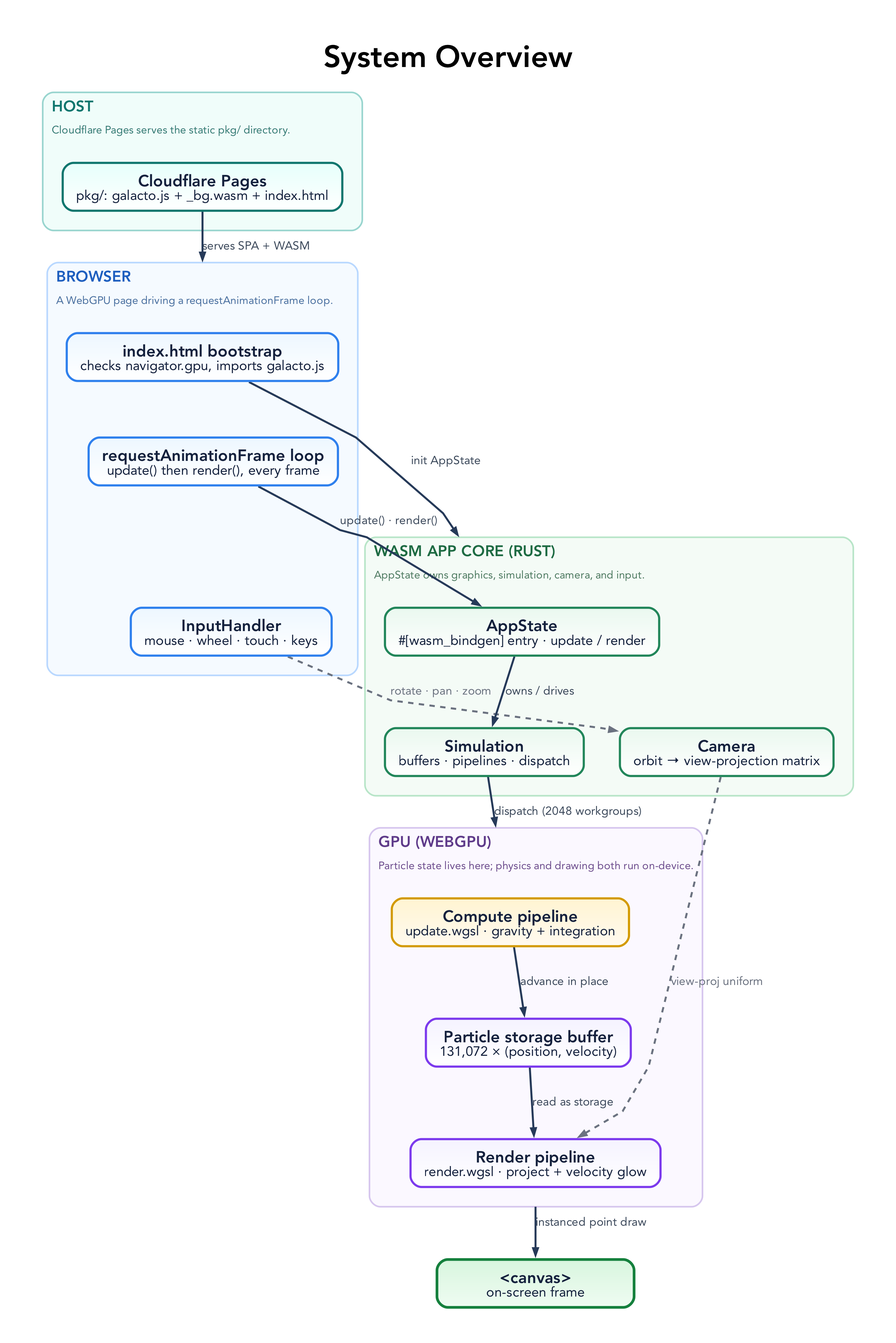
Earlier version of the Graphviz export docs/diagrams/system-overview.png (tre-systems/galacto). Its source is kept beside it as docs/diagrams/system-overview.dot. Source of this version:
```dot
digraph SystemOverview {
  graph [
    rankdir=TB,
    bgcolor="#ffffff",
    pad="0.55",
    nodesep="0.55",
    ranksep="0.85",
    splines=polyline,
    outputorder=edgesfirst,
    compound=true,
    newrank=true,
    forcelabels=true,
    fontname="Avenir",
    label=<
      <TABLE BORDER="0" CELLBORDER="0" CELLSPACING="0" CELLPADDING="0">
        <TR><TD><FONT POINT-SIZE="34"><B>System Overview</B></FONT></TD></TR>
      </TABLE>
    >,
    labelloc=t,
    labeljust=c
  ];

  node [
    shape=box,
    style="rounded,filled",
    margin="0.21,0.13",
    width=3.05,
    height=0.74,
    fixedsize=false,
    fontname="Avenir",
    fontsize=18,
    penwidth=2.4,
    fontcolor="#14213d",
    color="#2264c7",
    fillcolor="#eaf3ff:#ffffff",
    gradientangle=270
  ];

  edge [
    color="#263a59",
    fontname="Avenir",
    fontsize=13,
    fontcolor="#3d4a5c",
    penwidth=2.2,
    arrowsize=0.78
  ];

  subgraph cluster_host {
    graph [
      label=<
        <TABLE BORDER="0" CELLBORDER="0" CELLSPACING="0" CELLPADDING="2">
          <TR><TD ALIGN="LEFT"><FONT POINT-SIZE="17" COLOR="#0f766e"><B>HOST</B></FONT></TD></TR>
          <TR><TD ALIGN="LEFT"><FONT POINT-SIZE="12" COLOR="#357a74">Cloudflare Pages serves the static pkg/ directory.</FONT></TD></TR>
        </TABLE>
      >,
      labelloc=t, labeljust=l,
      color="#99d5cf", fillcolor="#f0fdfa", style="rounded,filled", penwidth=1.8, margin=22
    ];
    H1 [label=<<B>Cloudflare Pages</B><BR/><FONT POINT-SIZE="15">pkg/: galacto.js + _bg.wasm + index.html</FONT>>, fillcolor="#e6fffb:#ffffff", color="#0f766e"];
  }

  subgraph cluster_browser {
    graph [
      label=<
        <TABLE BORDER="0" CELLBORDER="0" CELLSPACING="0" CELLPADDING="2">
          <TR><TD ALIGN="LEFT"><FONT POINT-SIZE="17" COLOR="#1f5fbf"><B>BROWSER</B></FONT></TD></TR>
          <TR><TD ALIGN="LEFT"><FONT POINT-SIZE="12" COLOR="#496f9f">A WebGPU page driving a requestAnimationFrame loop.</FONT></TD></TR>
        </TABLE>
      >,
      labelloc=t, labeljust=l,
      color="#b9d8ff", fillcolor="#f5faff", style="rounded,filled", penwidth=1.8, margin=22
    ];
    B1 [label=<<B>index.html bootstrap</B><BR/><FONT POINT-SIZE="15">checks navigator.gpu, imports galacto.js</FONT>>, fillcolor="#edf7ff:#ffffff", color="#2f80ed"];
    B2 [label=<<B>requestAnimationFrame loop</B><BR/><FONT POINT-SIZE="15">update() then render(), every frame</FONT>>, fillcolor="#edf7ff:#ffffff", color="#2f80ed"];
    B3 [label=<<B>InputHandler</B><BR/><FONT POINT-SIZE="15">mouse · wheel · touch · keys</FONT>>, fillcolor="#edf7ff:#ffffff", color="#2f80ed"];
    B1 -> B2 [style=invis];
    B2 -> B3 [style=invis];
  }

  subgraph cluster_core {
    graph [
      label=<
        <TABLE BORDER="0" CELLBORDER="0" CELLSPACING="0" CELLPADDING="2">
          <TR><TD ALIGN="LEFT"><FONT POINT-SIZE="17" COLOR="#1e6b43"><B>WASM APP CORE (RUST)</B></FONT></TD></TR>
          <TR><TD ALIGN="LEFT"><FONT POINT-SIZE="12" COLOR="#4e7a61">AppState owns graphics, simulation, camera, and input.</FONT></TD></TR>
        </TABLE>
      >,
      labelloc=t, labeljust=l,
      color="#b8e5c8", fillcolor="#f4fbf6", style="rounded,filled", penwidth=1.8, margin=22
    ];
    C1 [label=<<B>AppState</B><BR/><FONT POINT-SIZE="15">#[wasm_bindgen] entry · update / render</FONT>>, fillcolor="#eaf8ef:#ffffff", color="#22865a"];
    C2 [label=<<B>Camera</B><BR/><FONT POINT-SIZE="15">orbit → view-projection matrix</FONT>>, fillcolor="#eaf8ef:#ffffff", color="#22865a"];
    C3 [label=<<B>Simulation</B><BR/><FONT POINT-SIZE="15">buffers · pipelines · dispatch</FONT>>, fillcolor="#eaf8ef:#ffffff", color="#22865a"];
    C1 -> C2 [style=invis];
  }

  subgraph cluster_gpu {
    graph [
      label=<
        <TABLE BORDER="0" CELLBORDER="0" CELLSPACING="0" CELLPADDING="2">
          <TR><TD ALIGN="LEFT"><FONT POINT-SIZE="17" COLOR="#5f3b8a"><B>GPU (WEBGPU)</B></FONT></TD></TR>
          <TR><TD ALIGN="LEFT"><FONT POINT-SIZE="12" COLOR="#6d4d8d">Particle state lives here; physics and drawing both run on-device.</FONT></TD></TR>
        </TABLE>
      >,
      labelloc=t, labeljust=l,
      color="#d6c6ee", fillcolor="#fbf8ff", style="rounded,filled", penwidth=1.8, margin=22
    ];
    G1 [label=<<B>Compute pipeline</B><BR/><FONT POINT-SIZE="15">update.wgsl · gravity + integration</FONT>>, fillcolor="#fff4d1:#fffaf0", color="#d39a00"];
    G2 [label=<<B>Particle storage buffer</B><BR/><FONT POINT-SIZE="15">131,072 × (position, velocity)</FONT>>, fillcolor="#f5f3ff:#ffffff", color="#7c3aed"];
    G3 [label=<<B>Render pipeline</B><BR/><FONT POINT-SIZE="15">render.wgsl · project + velocity glow</FONT>>, fillcolor="#f5f3ff:#ffffff", color="#7c3aed"];
  }

  CANVAS [label=<<B>&lt;canvas&gt;</B><BR/><FONT POINT-SIZE="15">on-screen frame</FONT>>, fillcolor="#d8f5de:#effcf2", color="#15803d", penwidth=3.0];

  H1 -> B1 [lhead=cluster_browser, label="serves SPA + WASM"];

  B1 -> C1 [lhead=cluster_core, label="init AppState"];
  B2 -> C1 [label="update() · render()"];
  B3 -> C2 [label="rotate · pan · zoom", color="#6b7280", fontcolor="#6b7280", style=dashed];

  C1 -> C3 [label="owns / drives"];
  C3 -> G1 [lhead=cluster_gpu, label="dispatch (2048 workgroups)"];

  G1 -> G2 [label="advance in place"];
  G2 -> G3 [label="read as storage"];
  C2 -> G3 [label="view-proj uniform", color="#6b7280", fontcolor="#6b7280", style=dashed];

  G3 -> CANVAS [ltail=cluster_gpu, label="instanced point draw"];
}
```
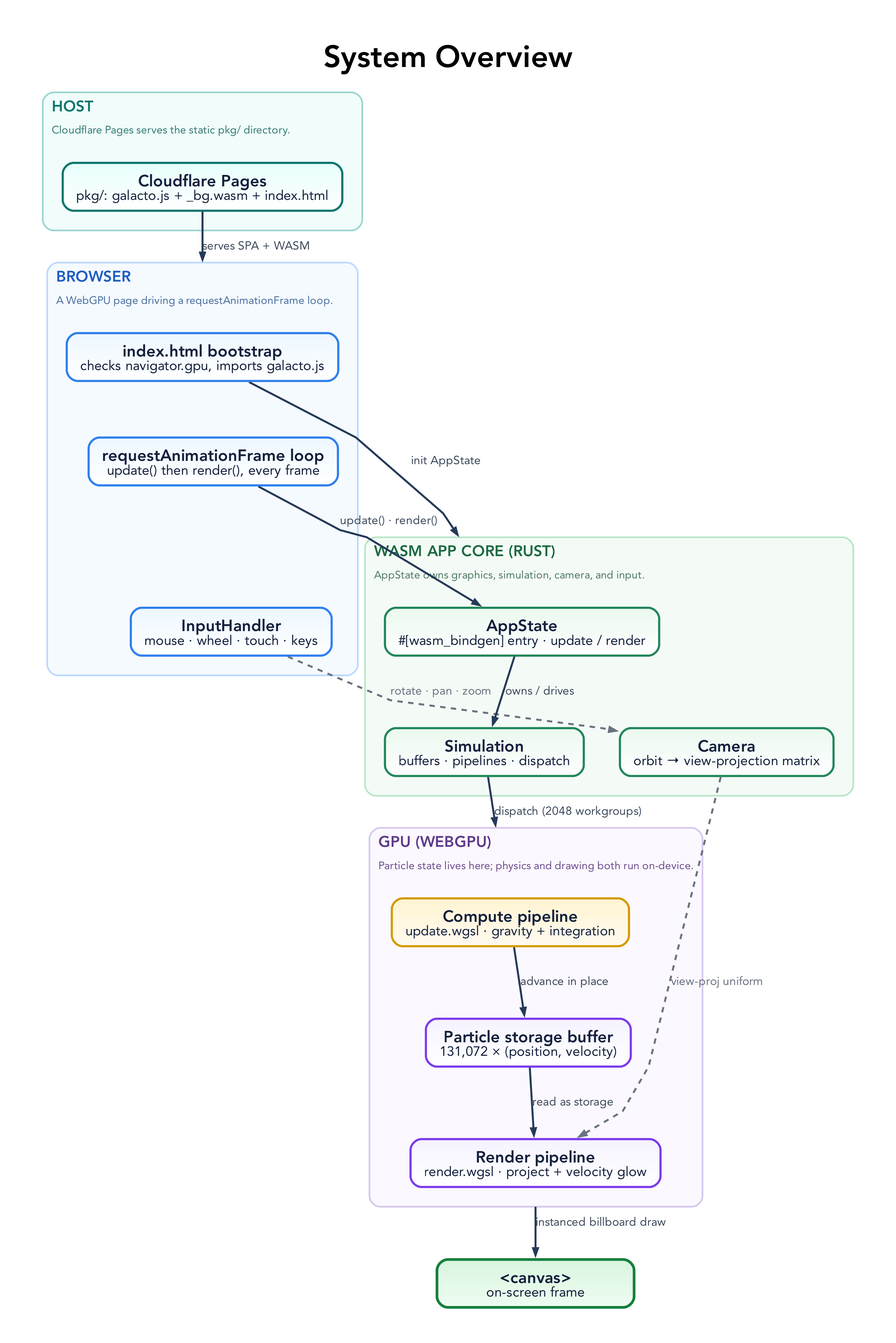
Above is the later version.

Commit message:
docs: sync rendering docs/diagrams to additive billboards

What changed in the source:
```diff
@@ -125,5 +125,5 @@
   G2 -> G3 [label="read as storage"];
   C2 -> G3 [label="view-proj uniform", color="#6b7280", fontcolor="#6b7280", style=dashed];
 
-  G3 -> CANVAS [ltail=cluster_gpu, label="instanced point draw"];
+  G3 -> CANVAS [ltail=cluster_gpu, label="instanced billboard draw"];
 }
```
